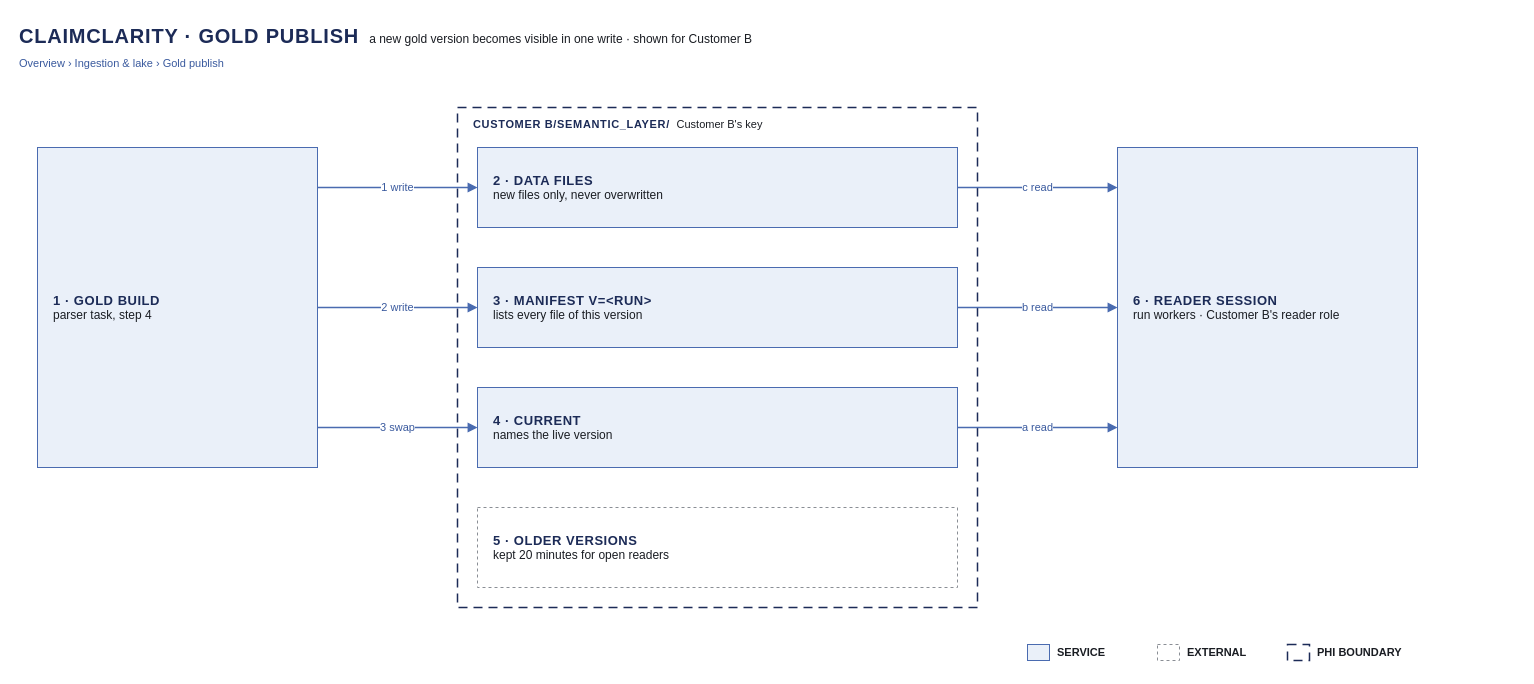
This is docs/architecture/src/15-gold-publish.drawio from Peter-Shamoun/cc, a draw.io file, before an edit. Source tidied: cells renumbered, new cells numbered last; positions are measured from the earlier drawing's top-left corner, leaving out a move shared by most shapes. Both pictures are drawn from the tidied source at 100%, with x=0, y=0 at pixel (17, 17).
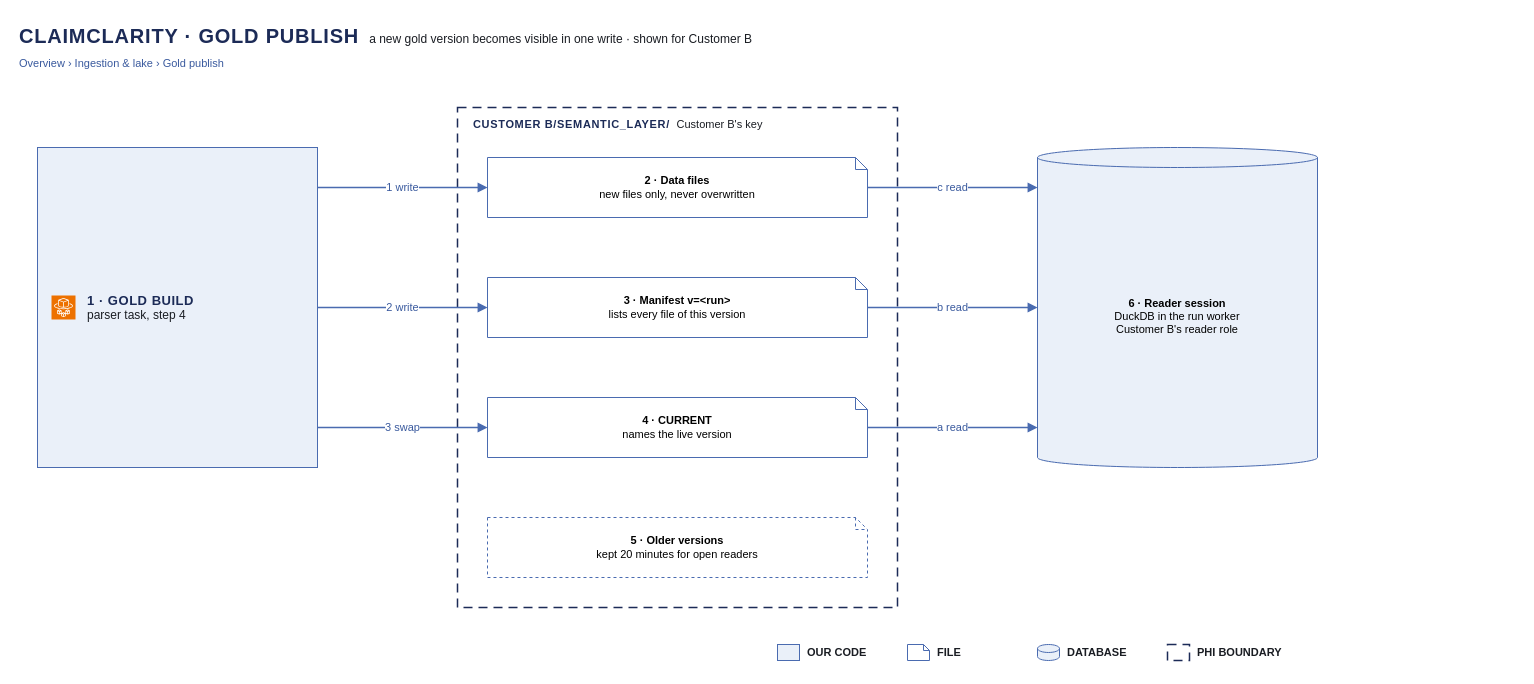
After the change.

The edit, as a diff of the source:
```diff
@@
-    <mxCell id="4" value="&lt;b style=&quot;color:#1C2B57;letter-spacing:0.04em;font-size:13px&quot;&gt;1 · GOLD BUILD&lt;/b&gt;&lt;br&gt;&lt;span style=&quot;font-size:12px&quot;&gt;parser task, step 4&lt;/span&gt;" style="rounded=0;whiteSpace=wrap;html=1;fillColor=#EAF0F9;strokeColor=#4A6BB0;fontColor=#1A1D23;align=left;spacingLeft=14;spacingRight=10;verticalAlign=middle;fontSize=12;fontFamily=Helvetica;" parent="1" vertex="1">
+    <mxCell id="4" value="&lt;b style=&quot;color:#1C2B57;letter-spacing:0.04em;font-size:13px&quot;&gt;1 · GOLD BUILD&lt;/b&gt;&lt;br&gt;&lt;span style=&quot;font-size:12px&quot;&gt;parser task, step 4&lt;/span&gt;" style="rounded=0;whiteSpace=wrap;html=1;fillColor=#EAF0F9;strokeColor=#4A6BB0;fontColor=#1A1D23;align=left;spacingLeft=48;spacingRight=10;verticalAlign=middle;fontSize=12;fontFamily=Helvetica;" parent="1" vertex="1">
       <mxGeometry x="20" y="130" width="280" height="320" as="geometry" />
     </mxCell>
+    <mxCell id="25" style="sketch=0;fontColor=#232F3E;fillColor=#ED7100;strokeColor=#ffffff;dashed=0;verticalAlign=top;align=center;html=1;fontSize=11;fontFamily=Helvetica;shape=mxgraph.aws4.resourceIcon;resIcon=mxgraph.aws4.fargate;" parent="4" vertex="1">
+      <mxGeometry x="14" y="148" width="24" height="24" as="geometry" />
+    </mxCell>
     <mxCell id="5" style="rounded=0;whiteSpace=wrap;html=1;fillColor=none;strokeColor=#1C2B57;dashed=1;dashPattern=6 4;strokeWidth=1.5;" parent="1" vertex="1">
-      <mxGeometry x="440" y="90" width="520" height="500" as="geometry" />
+      <mxGeometry x="440" y="90" width="440" height="500" as="geometry" />
     </mxCell>
     <mxCell id="6" value="&lt;b style=&quot;color:#1C2B57;letter-spacing:0.06em;font-size:11px&quot;&gt;CUSTOMER B/SEMANTIC_LAYER/&lt;/b&gt;&amp;nbsp;&amp;nbsp;&lt;span style=&quot;font-size:11px&quot;&gt;Customer B's key&lt;/span&gt;" style="text;html=1;align=left;verticalAlign=middle;whiteSpace=wrap;fontSize=12;fontFamily=Helvetica;fontColor=#1A1D23;" parent="5" vertex="1">
-      <mxGeometry x="14" y="6" width="492" height="22" as="geometry" />
+      <mxGeometry x="14" y="6" width="412" height="22" as="geometry" />
     </mxCell>
-    <mxCell id="7" value="&lt;b style=&quot;color:#1C2B57;letter-spacing:0.04em;font-size:13px&quot;&gt;2 · DATA FILES&lt;/b&gt;&lt;br&gt;&lt;span style=&quot;font-size:12px&quot;&gt;new files only, never overwritten&lt;/span&gt;" style="rounded=0;whiteSpace=wrap;html=1;fillColor=#EAF0F9;strokeColor=#4A6BB0;fontColor=#1A1D23;align=left;spacingLeft=14;spacingRight=10;verticalAlign=middle;fontSize=12;fontFamily=Helvetica;" parent="5" vertex="1">
-      <mxGeometry x="20" y="40" width="480" height="80" as="geometry" />
+    <mxCell id="7" value="&lt;b&gt;2 · Data files&lt;/b&gt;&lt;br&gt;new files only, never overwritten" style="shape=note;size=12;whiteSpace=wrap;html=1;fillColor=#FFFFFF;strokeColor=#4A6BB0;fontSize=11;fontFamily=Helvetica;" parent="5" vertex="1">
+      <mxGeometry x="30" y="50" width="380" height="60" as="geometry" />
     </mxCell>
-    <mxCell id="8" value="&lt;b style=&quot;color:#1C2B57;letter-spacing:0.04em;font-size:13px&quot;&gt;3 · MANIFEST V=&amp;lt;RUN&amp;gt;&lt;/b&gt;&lt;br&gt;&lt;span style=&quot;font-size:12px&quot;&gt;lists every file of this version&lt;/span&gt;" style="rounded=0;whiteSpace=wrap;html=1;fillColor=#EAF0F9;strokeColor=#4A6BB0;fontColor=#1A1D23;align=left;spacingLeft=14;spacingRight=10;verticalAlign=middle;fontSize=12;fontFamily=Helvetica;" parent="5" vertex="1">
-      <mxGeometry x="20" y="160" width="480" height="80" as="geometry" />
+    <mxCell id="8" value="&lt;b&gt;3 · Manifest v=&amp;lt;run&amp;gt;&lt;/b&gt;&lt;br&gt;lists every file of this version" style="shape=note;size=12;whiteSpace=wrap;html=1;fillColor=#FFFFFF;strokeColor=#4A6BB0;fontSize=11;fontFamily=Helvetica;" parent="5" vertex="1">
+      <mxGeometry x="30" y="170" width="380" height="60" as="geometry" />
     </mxCell>
-    <mxCell id="9" value="&lt;b style=&quot;color:#1C2B57;letter-spacing:0.04em;font-size:13px&quot;&gt;4 · CURRENT&lt;/b&gt;&lt;br&gt;&lt;span style=&quot;font-size:12px&quot;&gt;names the live version&lt;/span&gt;" style="rounded=0;whiteSpace=wrap;html=1;fillColor=#EAF0F9;strokeColor=#4A6BB0;fontColor=#1A1D23;align=left;spacingLeft=14;spacingRight=10;verticalAlign=middle;fontSize=12;fontFamily=Helvetica;" parent="5" vertex="1">
-      <mxGeometry x="20" y="280" width="480" height="80" as="geometry" />
+    <mxCell id="9" value="&lt;b&gt;4 · CURRENT&lt;/b&gt;&lt;br&gt;names the live version" style="shape=note;size=12;whiteSpace=wrap;html=1;fillColor=#FFFFFF;strokeColor=#4A6BB0;fontSize=11;fontFamily=Helvetica;" parent="5" vertex="1">
+      <mxGeometry x="30" y="290" width="380" height="60" as="geometry" />
     </mxCell>
-    <mxCell id="10" value="&lt;b style=&quot;color:#1C2B57;letter-spacing:0.04em;font-size:13px&quot;&gt;5 · OLDER VERSIONS&lt;/b&gt;&lt;br&gt;&lt;span style=&quot;font-size:12px&quot;&gt;kept 20 minutes for open readers&lt;/span&gt;" style="rounded=0;whiteSpace=wrap;html=1;fillColor=#FFFFFF;strokeColor=#8A8E95;dashed=1;fontColor=#1A1D23;align=left;spacingLeft=14;spacingRight=10;verticalAlign=middle;fontSize=12;fontFamily=Helvetica;" parent="5" vertex="1">
-      <mxGeometry x="20" y="400" width="480" height="80" as="geometry" />
+    <mxCell id="10" value="&lt;b&gt;5 · Older versions&lt;/b&gt;&lt;br&gt;kept 20 minutes for open readers" style="shape=note;size=12;whiteSpace=wrap;html=1;fillColor=#FFFFFF;strokeColor=#4A6BB0;fontSize=11;fontFamily=Helvetica;dashed=1;" parent="5" vertex="1">
+      <mxGeometry x="30" y="410" width="380" height="60" as="geometry" />
     </mxCell>
-    <mxCell id="11" value="&lt;b style=&quot;color:#1C2B57;letter-spacing:0.04em;font-size:13px&quot;&gt;6 · READER SESSION&lt;/b&gt;&lt;br&gt;&lt;span style=&quot;font-size:12px&quot;&gt;run workers · Customer B's reader role&lt;/span&gt;" style="rounded=0;whiteSpace=wrap;html=1;fillColor=#EAF0F9;strokeColor=#4A6BB0;fontColor=#1A1D23;align=left;spacingLeft=14;spacingRight=10;verticalAlign=middle;fontSize=12;fontFamily=Helvetica;" parent="1" vertex="1">
-      <mxGeometry x="1100" y="130" width="300" height="320" as="geometry" />
+    <mxCell id="11" value="&lt;b&gt;6 · Reader session&lt;/b&gt;&lt;br&gt;DuckDB in the run worker&lt;br&gt;Customer B's reader role" style="shape=cylinder3;whiteSpace=wrap;html=1;boundedLbl=1;backgroundOutline=1;size=10;fillColor=#EAF0F9;strokeColor=#4A6BB0;fontSize=11;fontFamily=Helvetica;" parent="1" vertex="1">
+      <mxGeometry x="1020" y="130" width="280" height="320" as="geometry" />
     </mxCell>
@@
     <mxCell id="18" style="rounded=0;html=1;fillColor=none;strokeColor=none;" parent="1" vertex="1">
-      <mxGeometry x="1010" y="620" width="390" height="30" as="geometry" />
+      <mxGeometry x="760" y="620" width="520" height="30" as="geometry" />
     </mxCell>
@@
-    <mxCell id="20" value="SERVICE" style="text;html=1;align=left;verticalAlign=middle;fontSize=11;fontColor=#1A1D23;fontStyle=1;fontFamily=Helvetica;" parent="18" vertex="1">
+    <mxCell id="20" value="OUR CODE" style="text;html=1;align=left;verticalAlign=middle;fontSize=11;fontColor=#1A1D23;fontStyle=1;fontFamily=Helvetica;" parent="18" vertex="1">
       <mxGeometry x="28" y="3" width="100" height="24" as="geometry" />
     </mxCell>
-    <mxCell id="21" style="fillColor=#FFFFFF;strokeColor=#8A8E95;dashed=1;html=1;" parent="18" vertex="1">
+    <mxCell id="21" style="shape=note;size=6;html=1;fillColor=#FFFFFF;strokeColor=#4A6BB0;" parent="18" vertex="1">
       <mxGeometry x="130" y="7" width="22" height="16" as="geometry" />
     </mxCell>
-    <mxCell id="22" value="EXTERNAL" style="text;html=1;align=left;verticalAlign=middle;fontSize=11;fontColor=#1A1D23;fontStyle=1;fontFamily=Helvetica;" parent="18" vertex="1">
+    <mxCell id="22" value="FILE" style="text;html=1;align=left;verticalAlign=middle;fontSize=11;fontColor=#1A1D23;fontStyle=1;fontFamily=Helvetica;" parent="18" vertex="1">
       <mxGeometry x="158" y="3" width="100" height="24" as="geometry" />
     </mxCell>
-    <mxCell id="23" style="fillColor=none;strokeColor=#1C2B57;dashed=1;dashPattern=6 4;strokeWidth=1.5;html=1;" parent="18" vertex="1">
+    <mxCell id="23" style="shape=cylinder3;html=1;boundedLbl=1;backgroundOutline=1;size=4;fillColor=#EAF0F9;strokeColor=#4A6BB0;" parent="18" vertex="1">
       <mxGeometry x="260" y="7" width="22" height="16" as="geometry" />
     </mxCell>
-    <mxCell id="24" value="PHI BOUNDARY" style="text;html=1;align=left;verticalAlign=middle;fontSize=11;fontColor=#1A1D23;fontStyle=1;fontFamily=Helvetica;" parent="18" vertex="1">
+    <mxCell id="24" value="DATABASE" style="text;html=1;align=left;verticalAlign=middle;fontSize=11;fontColor=#1A1D23;fontStyle=1;fontFamily=Helvetica;" parent="18" vertex="1">
       <mxGeometry x="288" y="3" width="100" height="24" as="geometry" />
     </mxCell>
+    <mxCell id="26" style="fillColor=none;strokeColor=#1C2B57;dashed=1;dashPattern=6 4;strokeWidth=1.5;html=1;" parent="18" vertex="1">
+      <mxGeometry x="390" y="7" width="22" height="16" as="geometry" />
+    </mxCell>
+    <mxCell id="27" value="PHI BOUNDARY" style="text;html=1;align=left;verticalAlign=middle;fontSize=11;fontColor=#1A1D23;fontStyle=1;fontFamily=Helvetica;" parent="18" vertex="1">
+      <mxGeometry x="418" y="3" width="100" height="24" as="geometry" />
+    </mxCell>
```
